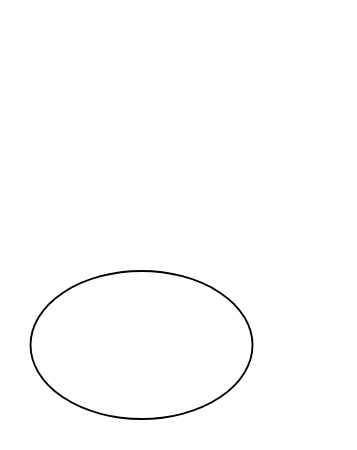
zhoucheng45/test001 keeps this draw.io diagram as 未命名绘图.drawio. Above is the earlier version. Source tidied: cells renumbered, new cells numbered last; positions are measured from the earlier drawing's top-left corner, leaving out a move shared by most shapes. Both pictures are drawn from the tidied source at 185%, with x=0, y=0 at pixel (30, 270).
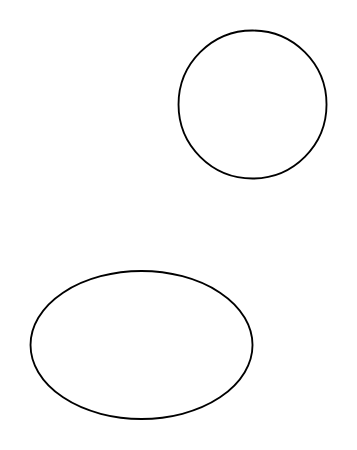
The same diagram, later.

Commit message:
更新未命名绘图.drawio

Diff of the diagram source:
```diff
@@
 <mxGraphModel>
   <root>
     <mxCell id="0" />
     <mxCell id="1" parent="0" />
     <mxCell id="2" style="ellipse;whiteSpace=wrap;html=1;" parent="1" vertex="1">
       <mxGeometry width="120" height="80" as="geometry" />
     </mxCell>
+    <mxCell id="3" style="ellipse;whiteSpace=wrap;html=1;" parent="1" vertex="1">
+      <mxGeometry x="80" y="-130" width="80" height="80" as="geometry" />
+    </mxCell>
   </root>
 </mxGraphModel>
```
